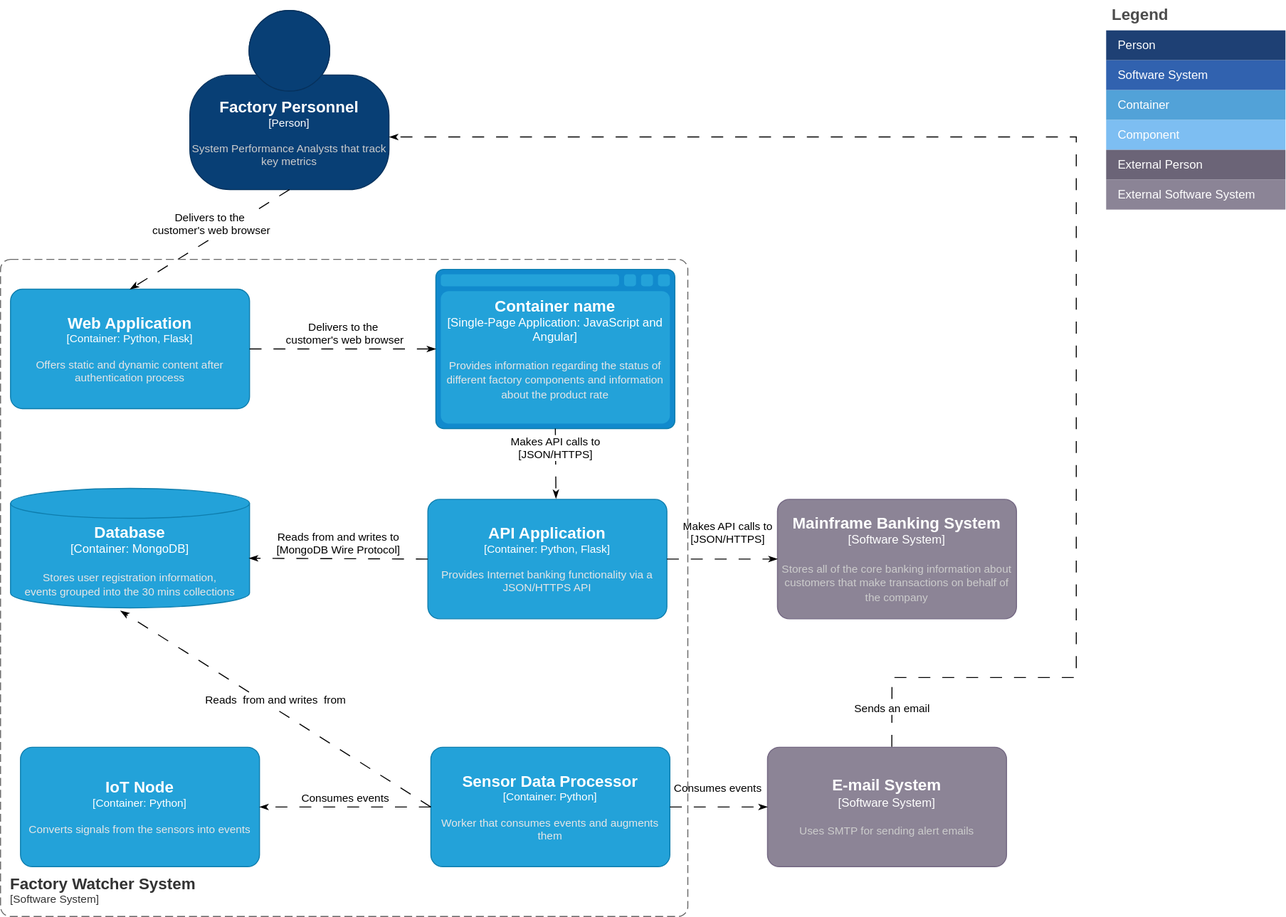
Before: diagrams/c4/level-2-container-diagram/C4 Container Diagram (Level 2).svg, a diagram exported from draw.io (gheorghitamutu/FactoryWatcher). Source tidied: cells renumbered, new cells last; positions are measured from the earlier drawing's top-left corner, leaving out a move shared by most shapes.
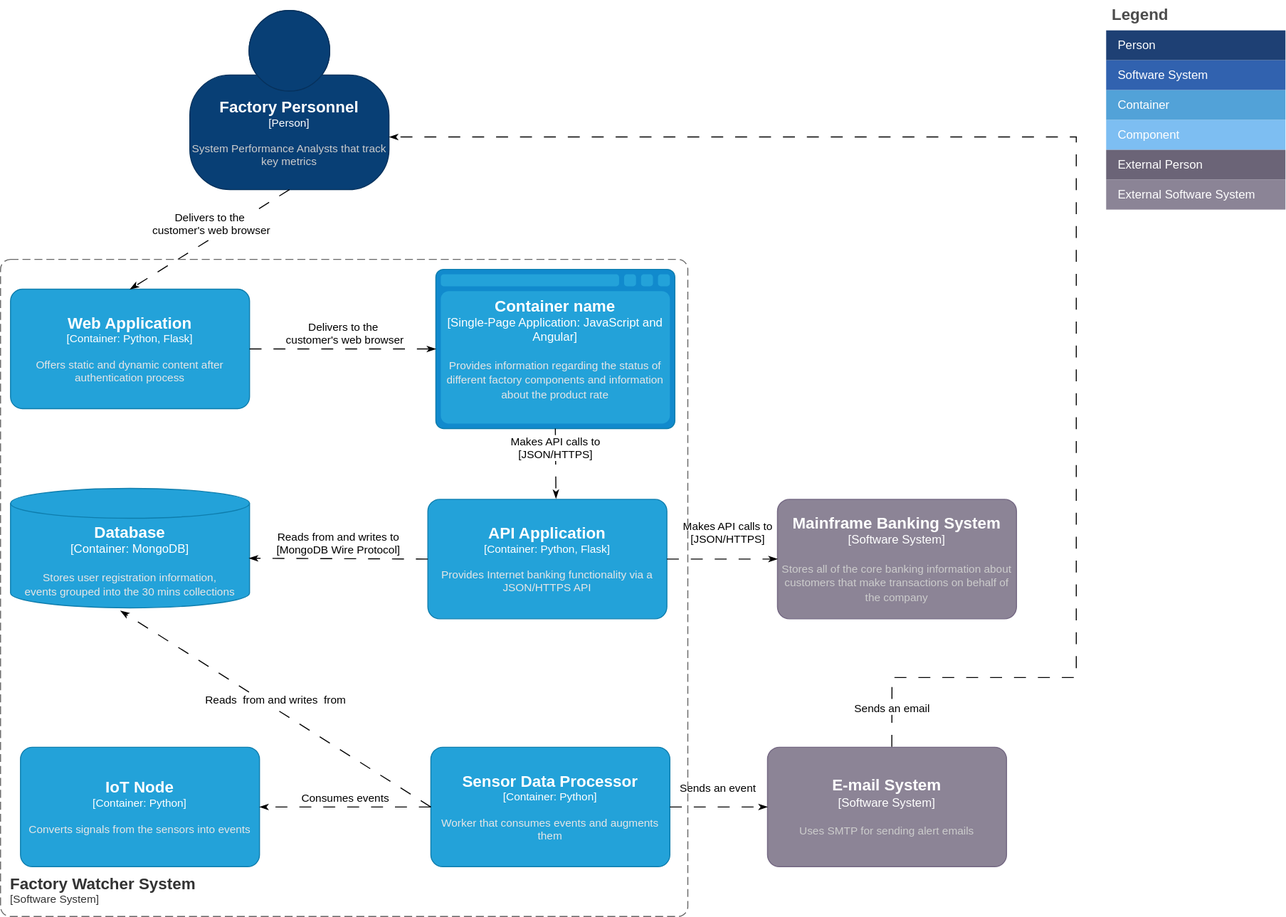
Later version of the same file.

Commit message:
* modified relationship at level of container diagram #4

Diff of the diagram source:
```diff
@@ -68,7 +68,7 @@
     <mxCell id="17" value="&lt;div&gt;Delivers to the&lt;/div&gt;&lt;div&gt;&amp;nbsp;customer's web browser&lt;/div&gt;" style="html=1;verticalAlign=bottom;endArrow=classicThin;curved=0;rounded=0;entryX=0.5;entryY=0;entryDx=0;entryDy=0;entryPerimeter=0;dashed=1;exitX=0.5;exitY=1;exitDx=0;exitDy=0;exitPerimeter=0;dashPattern=12 12;endFill=1;" parent="1" edge="1" source="2" target="3">
       <mxGeometry relative="1" as="geometry" />
     </mxCell>
-    <mxCell id="18" value="Consumes events" style="html=1;verticalAlign=bottom;endArrow=classicThin;curved=0;rounded=0;dashed=1;exitX=1;exitY=0.5;exitDx=0;exitDy=0;exitPerimeter=0;dashPattern=12 12;entryX=0;entryY=0.5;entryDx=0;entryDy=0;entryPerimeter=0;endFill=1;" parent="1" edge="1" source="8" target="7">
+    <mxCell id="18" value="Sends an event" style="html=1;verticalAlign=bottom;endArrow=classicThin;curved=0;rounded=0;dashed=1;exitX=1;exitY=0.5;exitDx=0;exitDy=0;exitPerimeter=0;dashPattern=12 12;entryX=0;entryY=0.5;entryDx=0;entryDy=0;entryPerimeter=0;endFill=1;" parent="1" edge="1" source="8" target="7">
       <mxGeometry x="-0.02" y="10" relative="1" as="geometry" />
     </mxCell>
     <mxCell id="19" value="Sends an email" style="html=1;verticalAlign=bottom;endArrow=classicThin;curved=0;rounded=0;dashed=1;dashPattern=12 12;entryX=1.001;entryY=0.706;entryDx=0;entryDy=0;entryPerimeter=0;jumpStyle=sharp;exitX=0.52;exitY=-0.004;exitDx=0;exitDy=0;exitPerimeter=0;endFill=1;" parent="1" edge="1" source="7" target="2">
```
